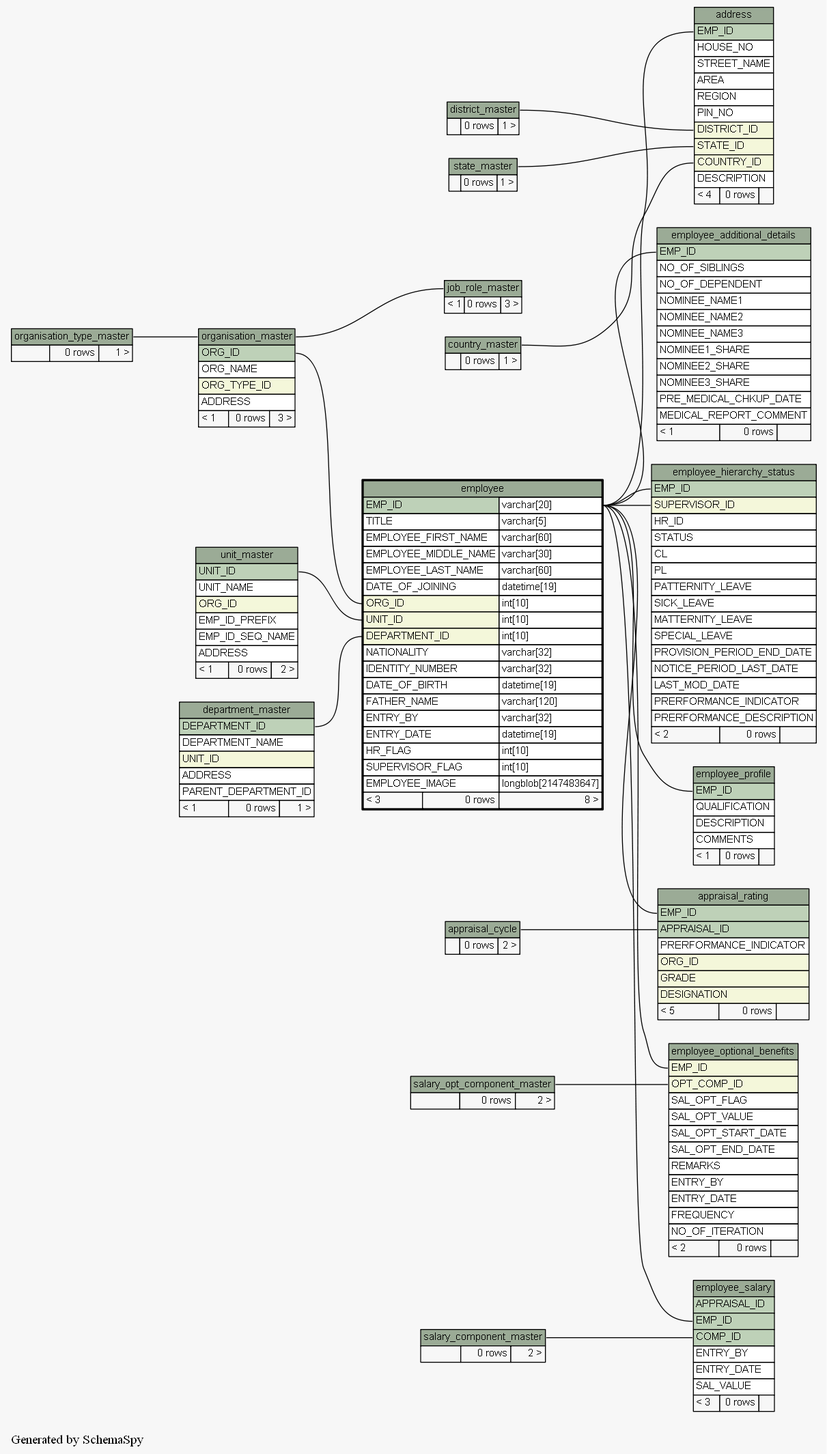
The Graphviz diagram docs/database/schemaspy/graphs/employee.2degrees.png in engineerscraft/hrms, before a commit. Its source is kept beside it as docs/database/schemaspy/graphs/employee.2degrees.dot.
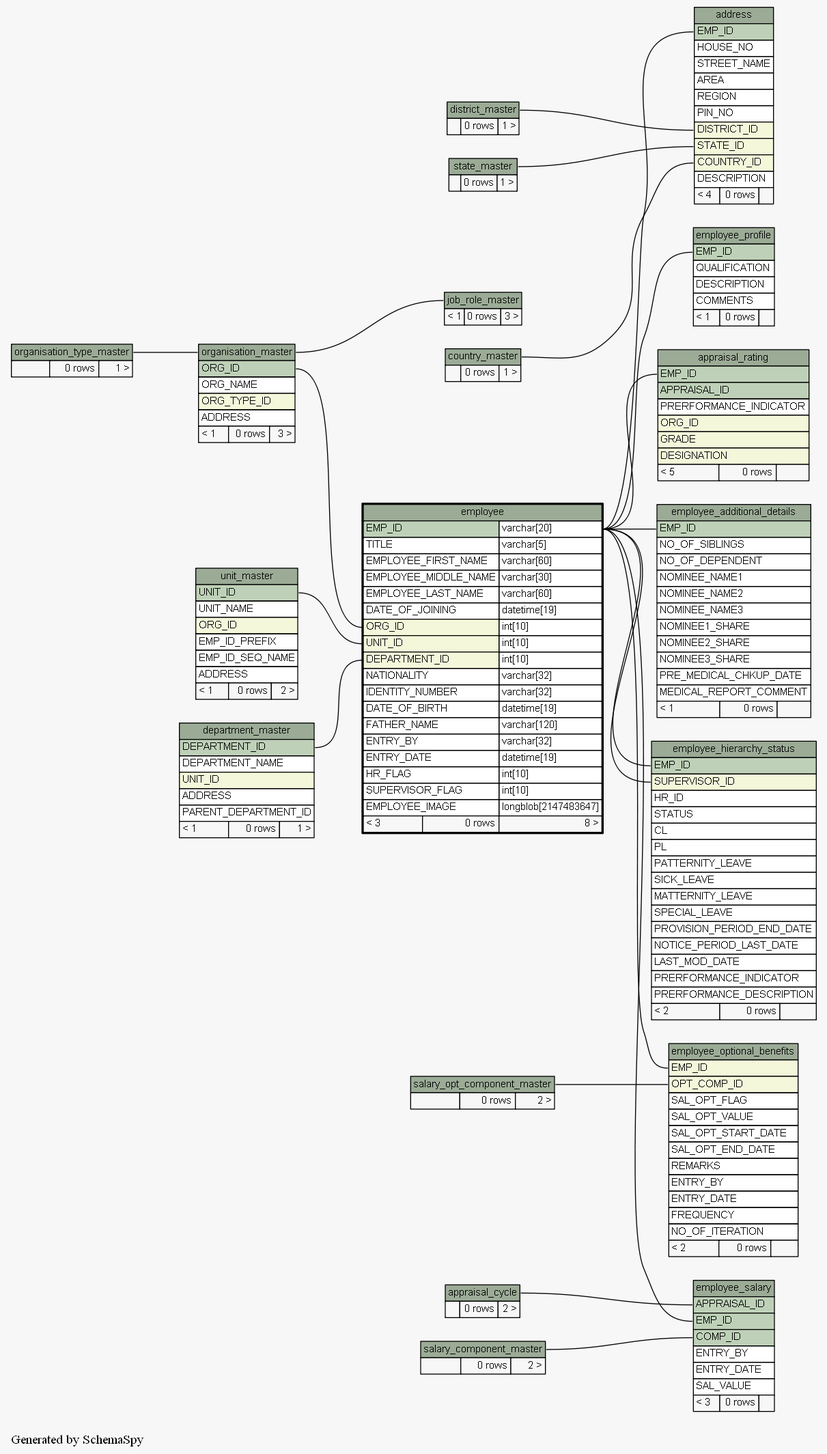
The same file after the commit.

Diff of the diagram source:
```diff
@@ -17,7 +17,6 @@
   "address":"DISTRICT_ID":w -> "district_master":"district_master.heading":e [arrowtail=crowodot arrowhead=none];
   "address":"EMP_ID":w -> "employee":"EMP_ID.type":e [arrowtail=tee arrowhead=none];
   "address":"STATE_ID":w -> "state_master":"state_master.heading":e [arrowtail=crowodot arrowhead=none];
-  "appraisal_rating":"APPRAISAL_ID":w -> "appraisal_cycle":"appraisal_cycle.heading":e [arrowtail=crowtee arrowhead=none];
   "appraisal_rating":"EMP_ID":w -> "employee":"EMP_ID.type":e [arrowtail=crowtee arrowhead=none];
   "employee":"DEPARTMENT_ID":w -> "department_master":"DEPARTMENT_ID":e [arrowtail=crowodot arrowhead=none];
   "employee":"ORG_ID":w -> "organisation_master":"ORG_ID":e [arrowtail=crowodot arrowhead=none];
@@ -28,6 +27,7 @@
   "employee_optional_benefits":"EMP_ID":w -> "employee":"EMP_ID.type":e [arrowtail=crowodot arrowhead=none];
   "employee_optional_benefits":"OPT_COMP_ID":w -> "salary_opt_component_master":"salary_opt_component_master.heading":e [arrowtail=crowodot arrowhead=none];
   "employee_profile":"EMP_ID":w -> "employee":"EMP_ID.type":e [arrowtail=tee arrowhead=none];
+  "employee_salary":"APPRAISAL_ID":w -> "appraisal_cycle":"appraisal_cycle.heading":e [arrowtail=crowtee arrowhead=none];
   "employee_salary":"COMP_ID":w -> "salary_component_master":"salary_component_master.heading":e [arrowtail=crowtee arrowhead=none];
   "employee_salary":"EMP_ID":w -> "employee":"EMP_ID.type":e [arrowtail=crowtee arrowhead=none];
   "job_role_master":"job_role_master.heading":w -> "organisation_master":"organisation_master.heading":e [arrowtail=crowtee arrowhead=none];
```
